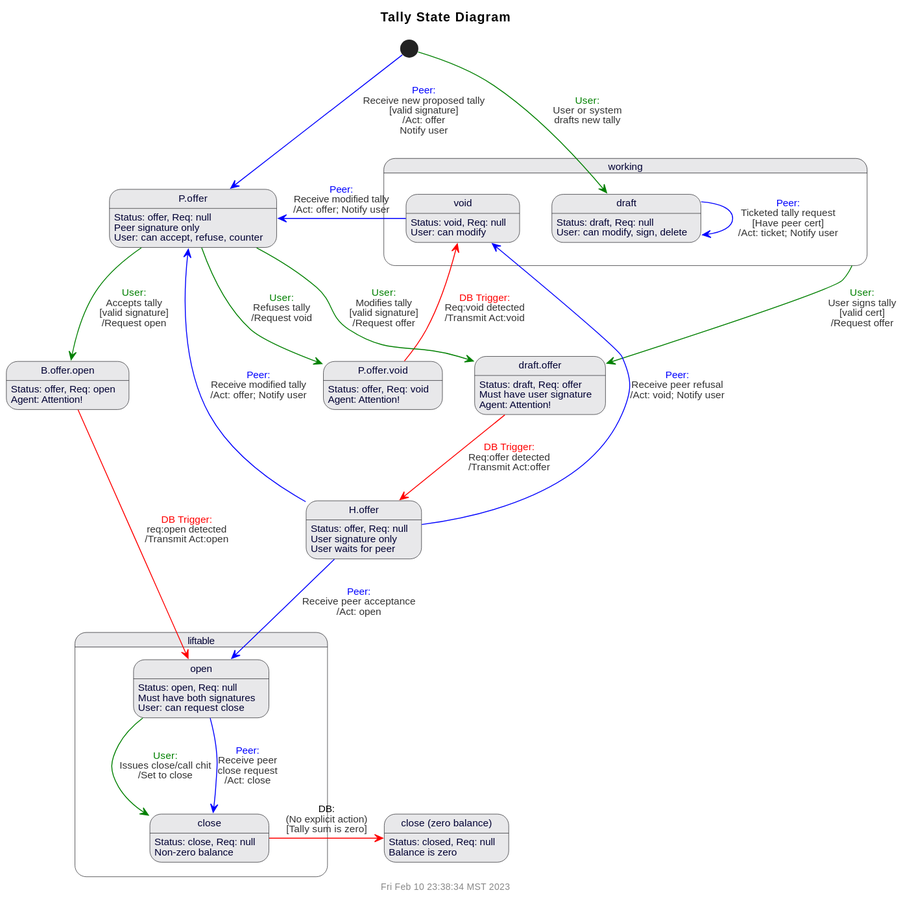
Before: doc/uml/state-tally.svg, a diagram exported from PlantUML (gotchoices/MyCHIPs).
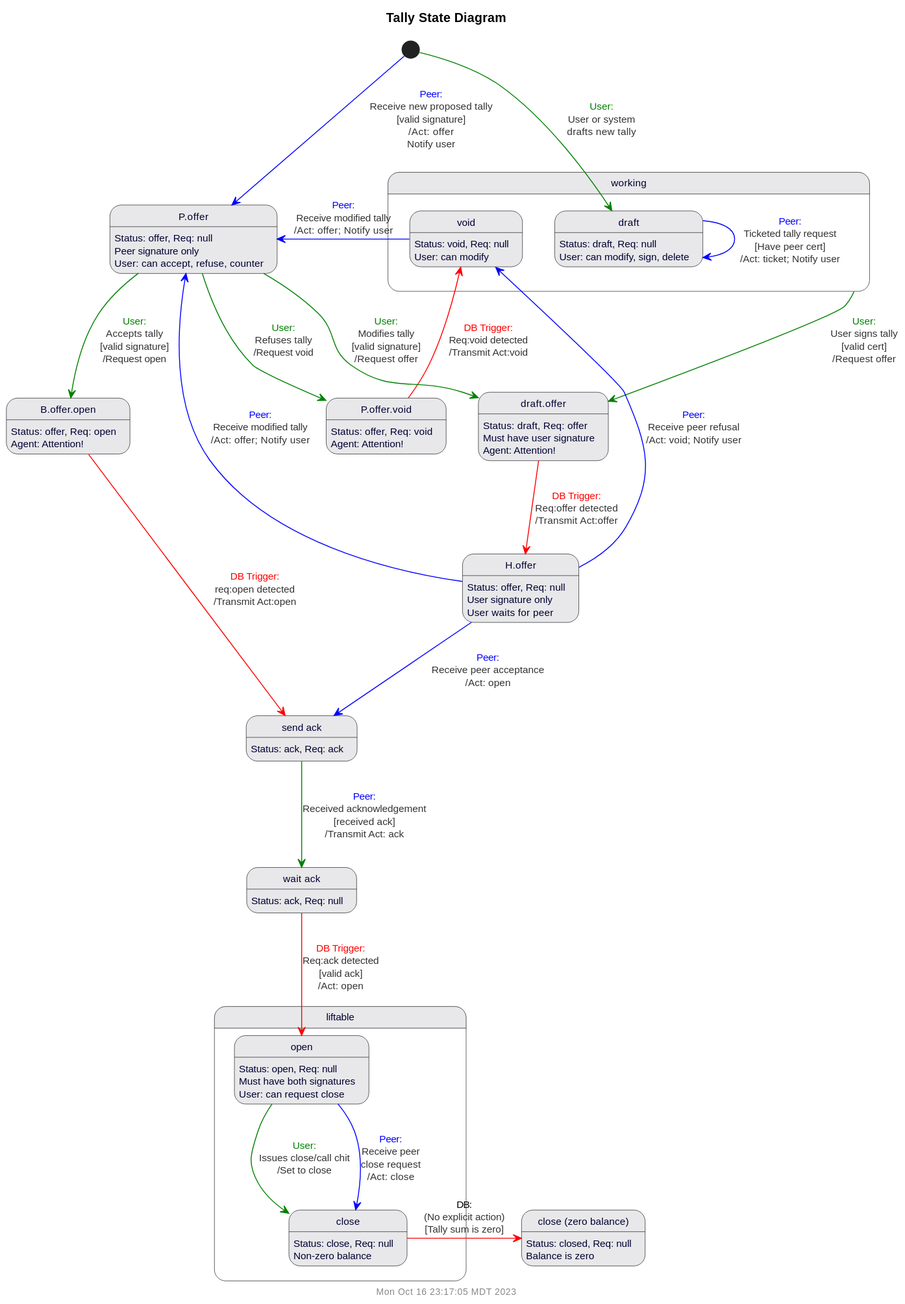
Later version of the same file.

Commit message:
Added ack states to tally states.

The edit, as a diff of the source:
```diff
@@ -16,6 +16,8 @@
 state "P.offer" as pOffer
 state "H.offer" as hOffer
 state "close (zero balance)" as closed
+state "send ack" as sendack
+state "wait ack" as waitack
 
 pOfferVoid : Status: offer, Req: void
 pOfferVoid : Agent: Attention!
@@ -42,6 +44,10 @@
 hOffer : User signature only
 hOffer : User waits for peer
 
+sendack : Status: ack, Req: ack
+
+waitack : Status: ack, Req: null
+
 open : Status: open, Req: null
 open : Must have both signatures
 open : User: can request close
@@ -63,17 +69,22 @@
 pOffer -[$user]-> DraftOffer : $trans($user,Modifies tally,valid signature, Request offer)
 pOffer -[$user]-> BOfferOpen : $trans($user,Accepts tally,valid signature, Request open)
 
-BOfferOpen -[$db]-> open : $trans($db,req:open detected,'',Transmit Act:open)
+BOfferOpen -[$db]-> sendack : $trans($db,req:open detected,'',Transmit Act:open)
 
 DraftOffer -[$db]-> hOffer : $trans($db,Req:offer detected,,Transmit Act:offer)
 
-hOffer -[$peer]-> open : $trans($peer, Receive peer acceptance, '', Act: open)
+hOffer -[$peer]-> sendack : $trans($peer, Receive peer acceptance, '', Act: open)
 hOffer -[$peer]-> void : $trans($peer,Receive peer refusal, '', Act: void; Notify user)
 hOffer -[$peer]-> pOffer : $trans($peer,Receive modified tally, '', Act: offer; Notify user)
 void -[$peer]-> pOffer : $trans($peer,Receive modified tally,'', Act: offer; Notify user)
+
+sendack -[$user]-> waitack : $trans($peer,Received acknowledgement,received ack, Transmit Act: ack)
+
+waitack -[$db]-> open : $trans($db,Req:ack detected,valid ack, Act: open)
 
 open -[$user]-> close : $trans($user, Issues close/call chit, '', Set to close)
 open -[$peer]-> close : $trans($peer,Receive peer\nclose request, '', Act: close)
 close -right[$db]-> closed : $trans(DB,'(No explicit action)',Tally sum is zero)
 
+
 @enduml
```
